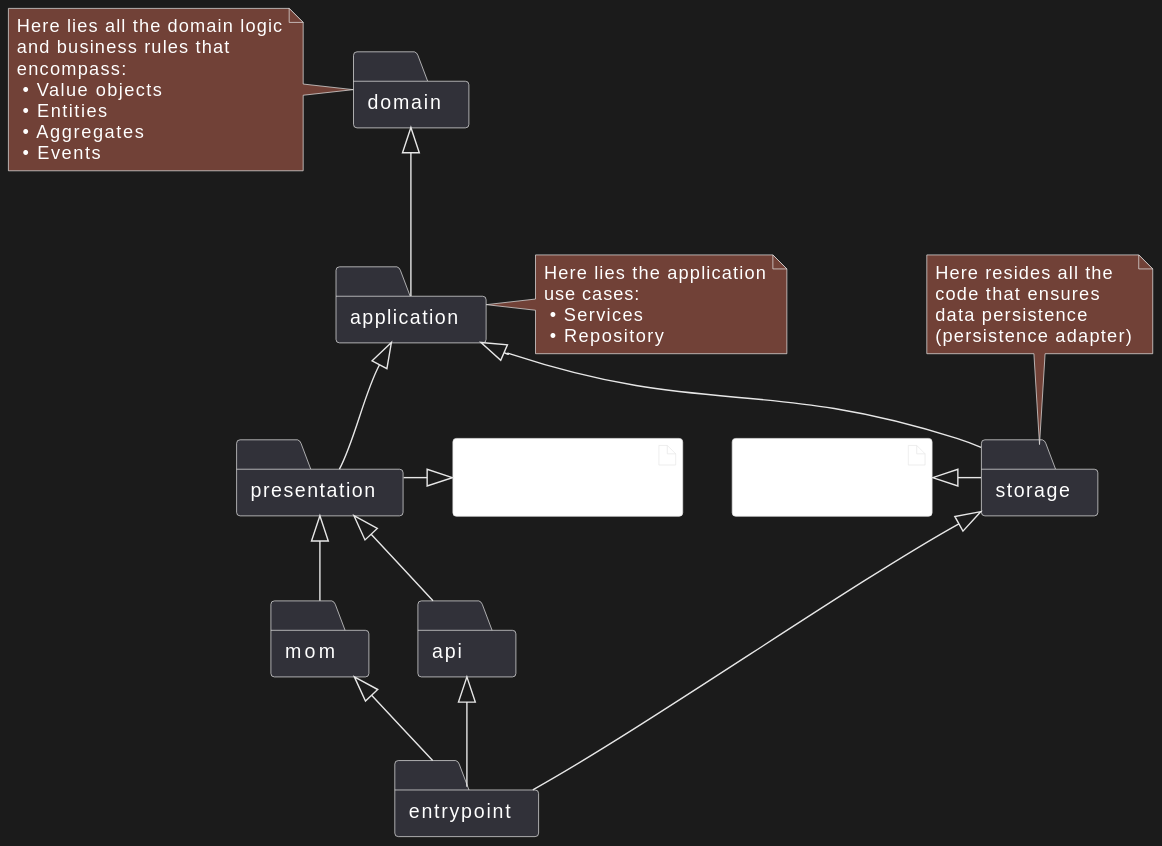
Before: res/hexagonal-architecture-dark.svg, a diagram exported from PlantUML (position-pal/position-pal.github.io). The source it was exported from:
```plantuml
@startuml
skinparam artifact {
    BackgroundColor<<third-party>> white
}

folder domain
note left of domain
    Here lies all the domain logic
    and business rules that
    encompass:
     • Value objects
     • Entities
     • Aggregates
     • Events
end note

folder application
note right of application
    Here lies the application
    use cases:
     • Services
     • Repository
end note

folder storage
note top of storage
    Here resides all the
    code that ensures
    data persistence
    (persistence adapter)
end note
artifact "DB client library" <<third-party>> as DB_LIB
storage -left-|> DB_LIB

folder presentation
artifact "serialization library" <<third-party>> as SERIALIZATION_LIB
presentation -right-|> SERIALIZATION_LIB

folder mom
folder api

application -up-|> domain
storage -up-|> application
presentation -up-|> application
mom -up-|> presentation
api -up-|> presentation

folder entrypoint
entrypoint -up-|> api
entrypoint -up-|> mom
entrypoint -up-|> storage
@enduml
```
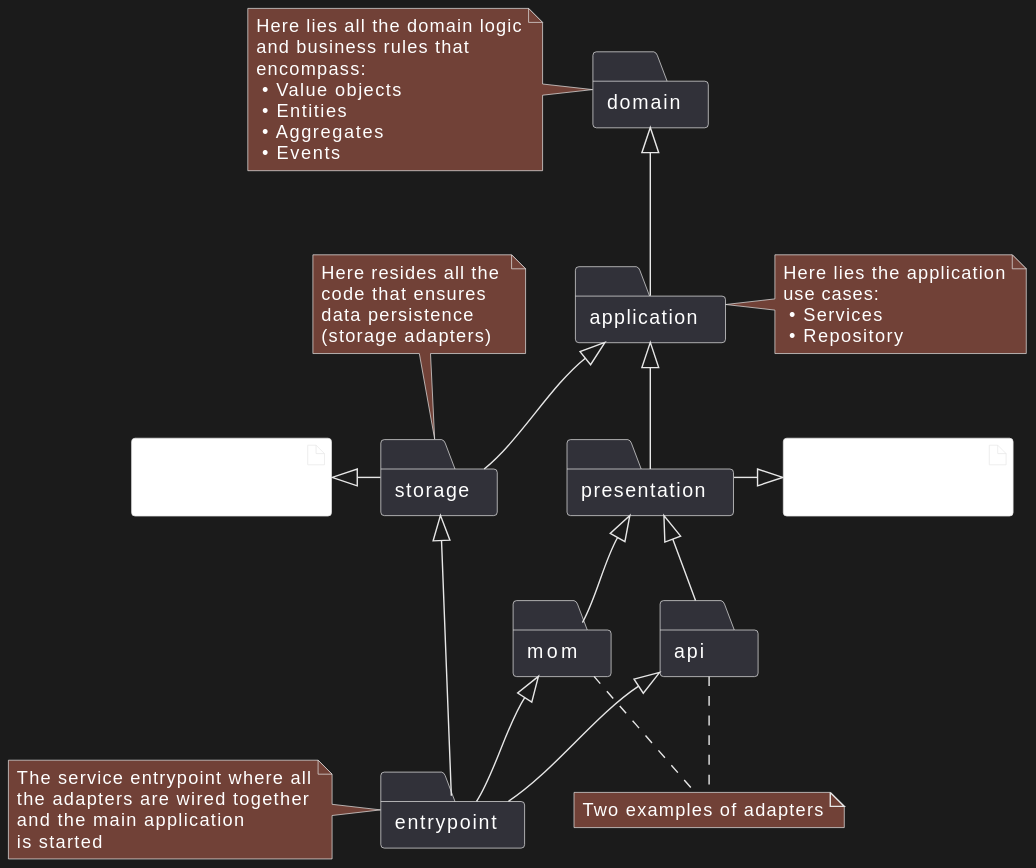
Later version of the same file.

Diff of the diagram source:
```diff
@@ -27,7 +27,7 @@
     Here resides all the
     code that ensures
     data persistence
-    (persistence adapter)
+    (storage adapters)
 end note
 artifact "DB client library" <<third-party>> as DB_LIB
 storage -left-|> DB_LIB
@@ -46,7 +46,17 @@
 api -up-|> presentation
 
 folder entrypoint
+note left of entrypoint
+    The service entrypoint where all
+    the adapters are wired together
+    and the main application
+    is started
+end note
 entrypoint -up-|> api
 entrypoint -up-|> mom
 entrypoint -up-|> storage
+
+note "Two examples of adapters" as AD
+api .. AD
+mom .. AD
 @enduml
```
